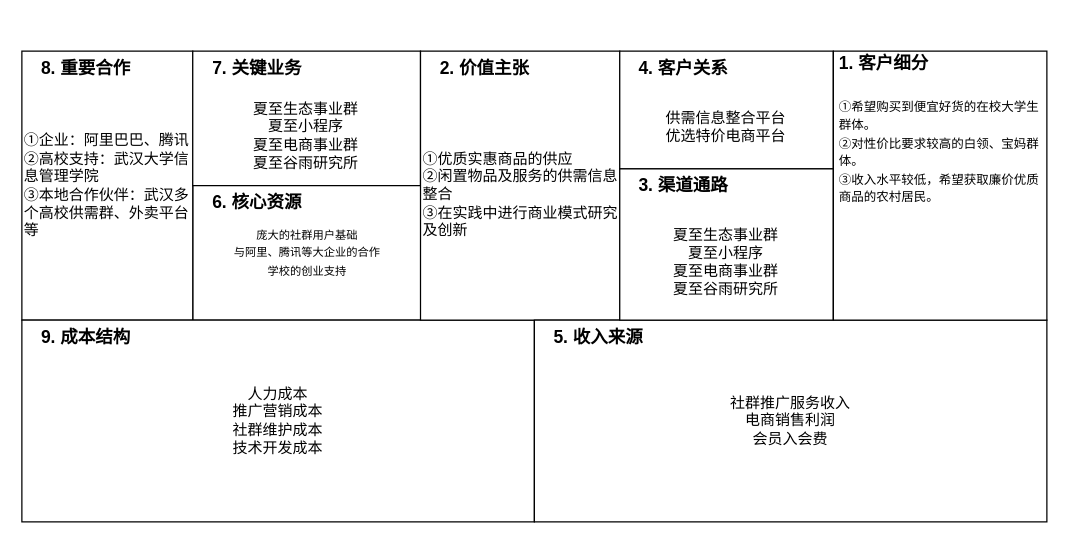
The draw.io diagram 商业模式画布.drawio in wzkMaster/hello-world, before the edit. Source tidied: cells renumbered, new cells numbered last; positions are measured from the earlier drawing's top-left corner, leaving out a move shared by most shapes. Both pictures are drawn from the tidied source at 125%, with x=0, y=0 at pixel (21, 34).
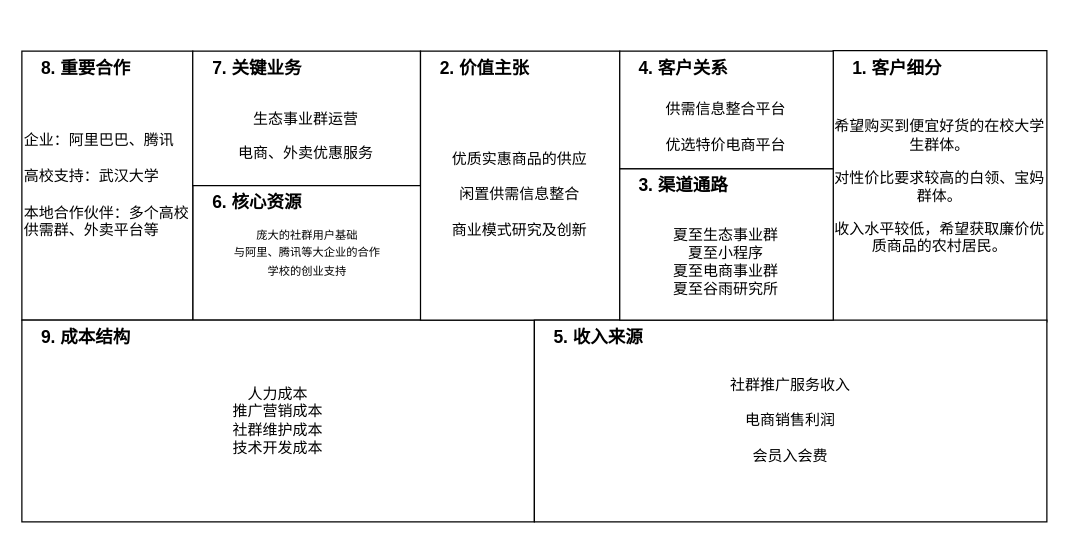
After the change.

Commit message:
Update 商业模式画布.drawio

Change to the diagram source:
```diff
@@
+    <mxCell id="24" value="&lt;p class=&quot;MsoNormal&quot;&gt;希望购买到便宜好货的在校大学生群体。&lt;span lang=&quot;EN-US&quot;&gt;&lt;/span&gt;&lt;/p&gt;&lt;p class=&quot;MsoNormal&quot;&gt;对性价比要求较高的白领、宝妈群体。&lt;span lang=&quot;EN-US&quot;&gt;&lt;/span&gt;&lt;/p&gt;&lt;p class=&quot;MsoNormal&quot;&gt;&lt;span&gt;&lt;font style=&quot;font-size: 12px&quot;&gt;收入水平较低，希望获取廉价优质商品的农村居民。&lt;/font&gt;&lt;/span&gt;&lt;br&gt;&lt;/p&gt;" style="rounded=0;whiteSpace=wrap;html=1;" parent="1" vertex="1">
+      <mxGeometry x="649" y="13" width="171" height="217" as="geometry" />
+    </mxCell>
@@
-    <mxCell id="3" value="①企业：阿里巴巴、腾讯&lt;br&gt;②高校支持：武汉大学信息管理学院&lt;br&gt;③本地合作伙伴：武汉多个高校供需群、外卖平台等" style="rounded=0;whiteSpace=wrap;html=1;align=left;" parent="1" vertex="1">
+    <mxCell id="3" value="企业：阿里巴巴、腾讯&lt;br&gt;&lt;br&gt;高校支持：武汉大学&lt;br&gt;&lt;br&gt;本地合作伙伴：多个高校供需群、外卖平台等" style="rounded=0;whiteSpace=wrap;html=1;align=left;" parent="1" vertex="1">
       <mxGeometry y="13.4" width="136.7" height="215.2" as="geometry" />
     </mxCell>
@@
-    <mxCell id="7" value="社群推广服务收入&lt;br&gt;电商销售利润&lt;br&gt;会员入会费" style="rounded=0;whiteSpace=wrap;html=1;" parent="1" vertex="1">
+    <mxCell id="7" value="社群推广服务收入&lt;br&gt;&lt;br&gt;电商销售利润&lt;br&gt;&lt;br&gt;会员入会费" style="rounded=0;whiteSpace=wrap;html=1;" parent="1" vertex="1">
       <mxGeometry x="410" y="228.6" width="410" height="161.4" as="geometry" />
     </mxCell>
@@
-    <mxCell id="10" style="rounded=0;whiteSpace=wrap;html=1;" parent="1" vertex="1">
-      <mxGeometry x="649.2" y="13.4" width="170.8" height="215.2" as="geometry" />
-    </mxCell>
-    <mxCell id="11" value="&lt;h1&gt;&lt;font style=&quot;font-size: 14px&quot;&gt;1. 客户细分&lt;/font&gt;&lt;/h1&gt;&lt;div&gt;&lt;span style=&quot;font-size: 10px&quot;&gt;①希望购买到便宜好货的在校大学生群体。&lt;/span&gt;&lt;/div&gt;&lt;div&gt;&lt;span style=&quot;font-size: 10px&quot;&gt;②对性价比要求较高的白领、宝妈群体。&lt;/span&gt;&lt;/div&gt;&lt;div&gt;&lt;span style=&quot;font-size: 10px&quot;&gt;③收入水平较低，希望获取廉价优质商品的农村居民。&lt;/span&gt;&lt;/div&gt;" style="text;html=1;strokeColor=none;fillColor=none;spacing=5;spacingTop=-20;whiteSpace=wrap;overflow=hidden;rounded=0;" parent="1" vertex="1">
-      <mxGeometry x="649.2" width="170.8" height="201.7" as="geometry" />
-    </mxCell>
@@
-    <mxCell id="13" value="供需信息整合平台&lt;br&gt;优选特价电商平台" style="text;html=1;strokeColor=none;fillColor=none;align=center;verticalAlign=middle;whiteSpace=wrap;rounded=0;" parent="1" vertex="1">
+    <mxCell id="13" value="供需信息整合平台&lt;br&gt;&lt;br&gt;优选特价电商平台" style="text;html=1;strokeColor=none;fillColor=none;align=center;verticalAlign=middle;whiteSpace=wrap;rounded=0;" parent="1" vertex="1">
       <mxGeometry x="478.3" y="40.3" width="170.8" height="67.2" as="geometry" />
     </mxCell>
@@
-    <mxCell id="17" value="①优质实惠商品的供应&lt;br&gt;②闲置物品及服务的供需信息整合&lt;br&gt;③在实践中进行商业模式研究及创新" style="text;html=1;strokeColor=none;fillColor=none;align=left;verticalAlign=middle;whiteSpace=wrap;rounded=0;" parent="1" vertex="1">
+    <mxCell id="17" value="&lt;div&gt;&lt;span&gt;优质实惠商品的供应&lt;/span&gt;&lt;/div&gt;&lt;div&gt;&lt;span&gt;&lt;br&gt;&lt;/span&gt;&lt;/div&gt;&lt;div&gt;&lt;span&gt;闲置供需信息整合&lt;/span&gt;&lt;/div&gt;&lt;div&gt;&lt;span&gt;&lt;br&gt;&lt;/span&gt;&lt;/div&gt;&lt;div&gt;&lt;span&gt;商业模式研究及创新&lt;/span&gt;&lt;/div&gt;" style="text;html=1;strokeColor=none;fillColor=none;align=center;verticalAlign=middle;whiteSpace=wrap;rounded=0;" parent="1" vertex="1">
       <mxGeometry x="318.9" y="40.3" width="159.4" height="174.8" as="geometry" />
     </mxCell>
-    <mxCell id="18" value="夏至生态事业群&lt;br&gt;夏至小程序&lt;br&gt;夏至电商事业群&lt;br&gt;夏至谷雨研究所" style="text;html=1;strokeColor=none;fillColor=none;align=center;verticalAlign=middle;whiteSpace=wrap;rounded=0;" parent="1" vertex="1">
+    <mxCell id="18" value="&lt;p class=&quot;MsoNormal&quot;&gt;生态事业群运营&lt;span lang=&quot;EN-US&quot;&gt;&lt;/span&gt;&lt;/p&gt;&lt;p class=&quot;MsoNormal&quot;&gt;电商、外卖优惠服务&lt;span lang=&quot;EN-US&quot;&gt;&lt;/span&gt;&lt;/p&gt;" style="text;html=1;strokeColor=none;fillColor=none;align=center;verticalAlign=middle;whiteSpace=wrap;rounded=0;" parent="1" vertex="1">
       <mxGeometry x="142.4" y="40.3" width="170.8" height="80.7" as="geometry" />
     </mxCell>
@@
+    <mxCell id="25" value="&lt;font style=&quot;font-size: 14px&quot;&gt;&lt;b&gt;1. 客户细分&lt;/b&gt;&lt;/font&gt;" style="text;html=1;strokeColor=none;fillColor=none;align=center;verticalAlign=middle;whiteSpace=wrap;rounded=0;" parent="1" vertex="1">
+      <mxGeometry x="649.2" y="13.4" width="102.5" height="26.9" as="geometry" />
+    </mxCell>
```
